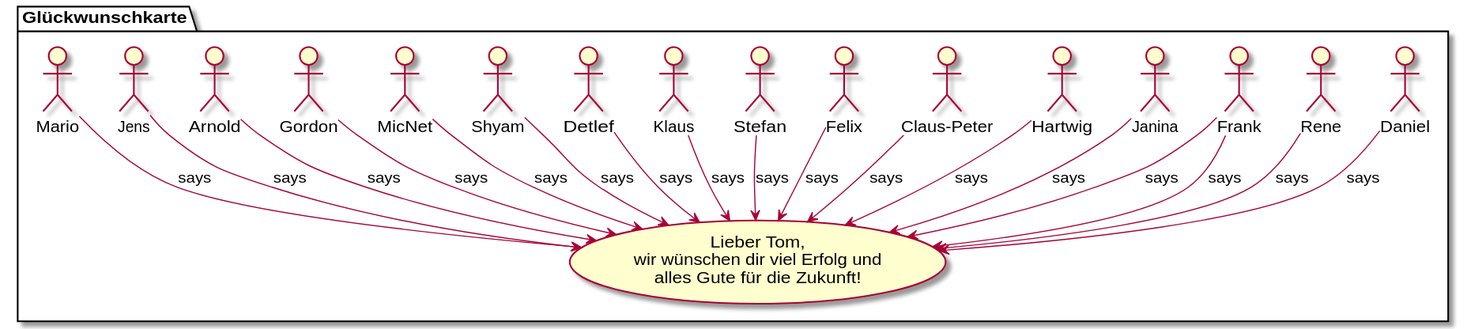
Earlier version of the PlantUML export rendered/greetings.svg (dkliem/alles-gute-tom).
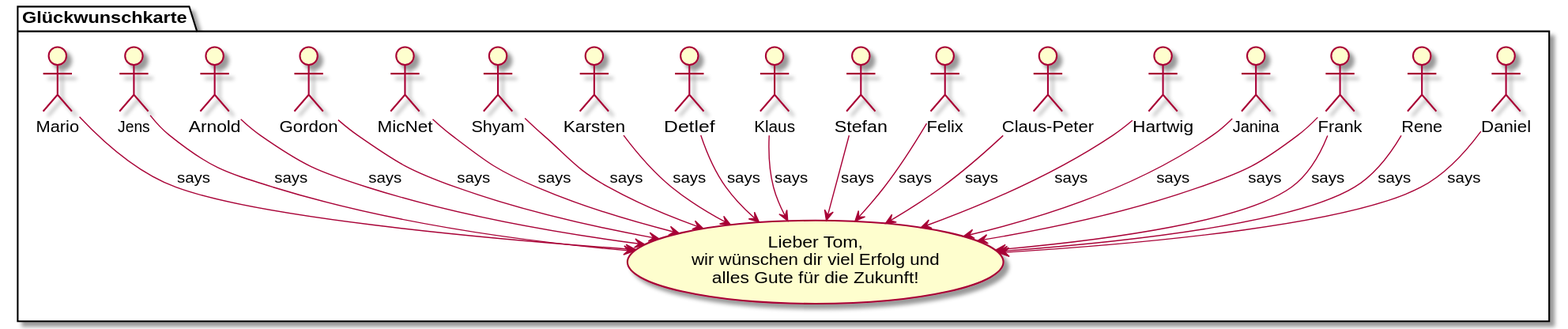
The same diagram one commit later.

The edit, as a diff of the source:
```diff
@@ -16,6 +16,7 @@
     :Stefan: --> goodbye: says
     :Klaus: --> goodbye: says
     :Detlef: --> goodbye: says
+    :Karsten: --> goodbye: says
     :Shyam: --> goodbye: says
     :MicNet: --> goodbye: says
     :Gordon: --> goodbye: says
```
